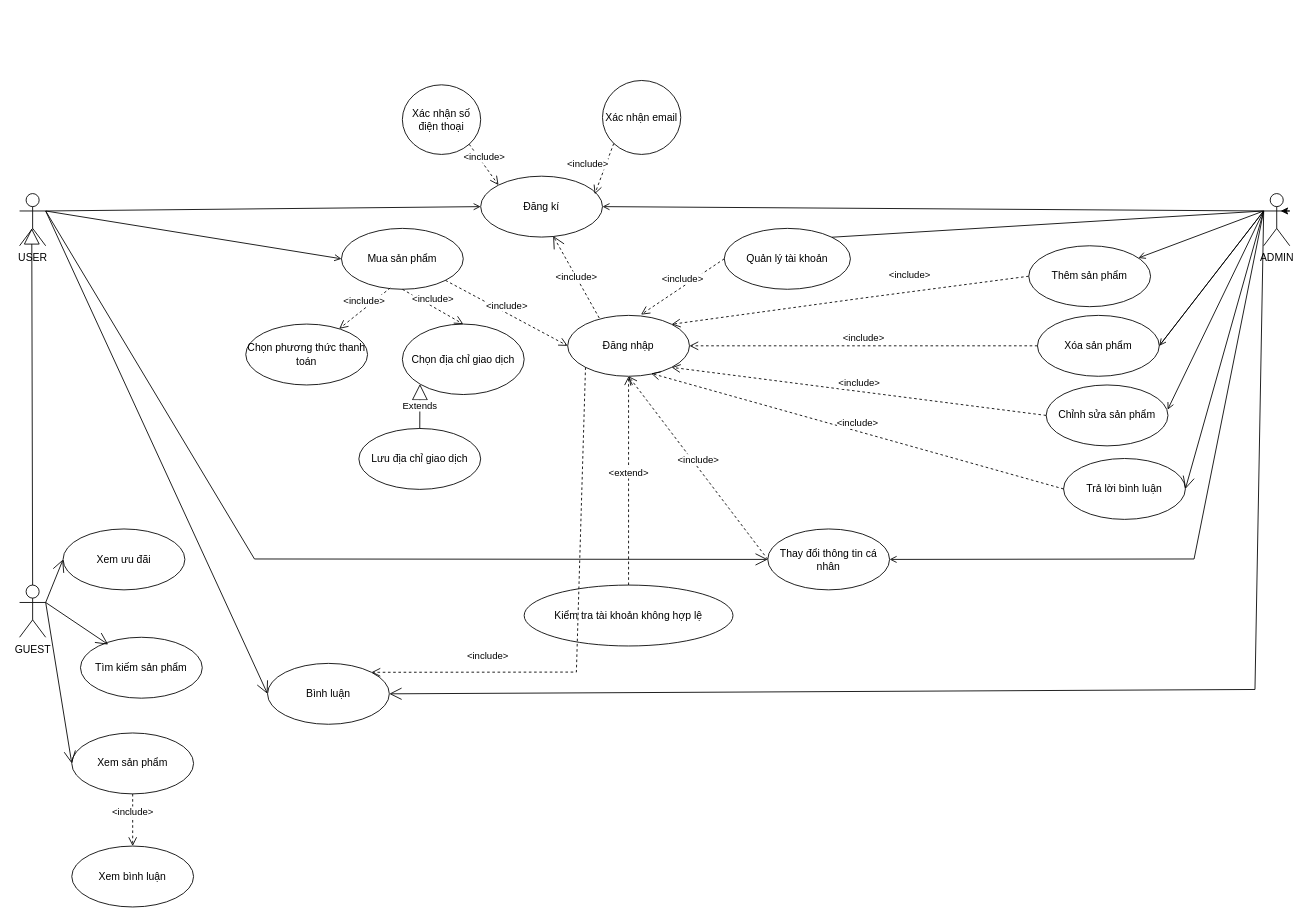
The draw.io diagram USECASE.drawio in LeeTaDa/LeTatDat, before the edit. Source tidied: cells renumbered, new cells numbered last; positions are measured from the earlier drawing's top-left corner, leaving out a move shared by most shapes. Both pictures are drawn from the tidied source at 87%, with x=0, y=0 at pixel (19, 80).
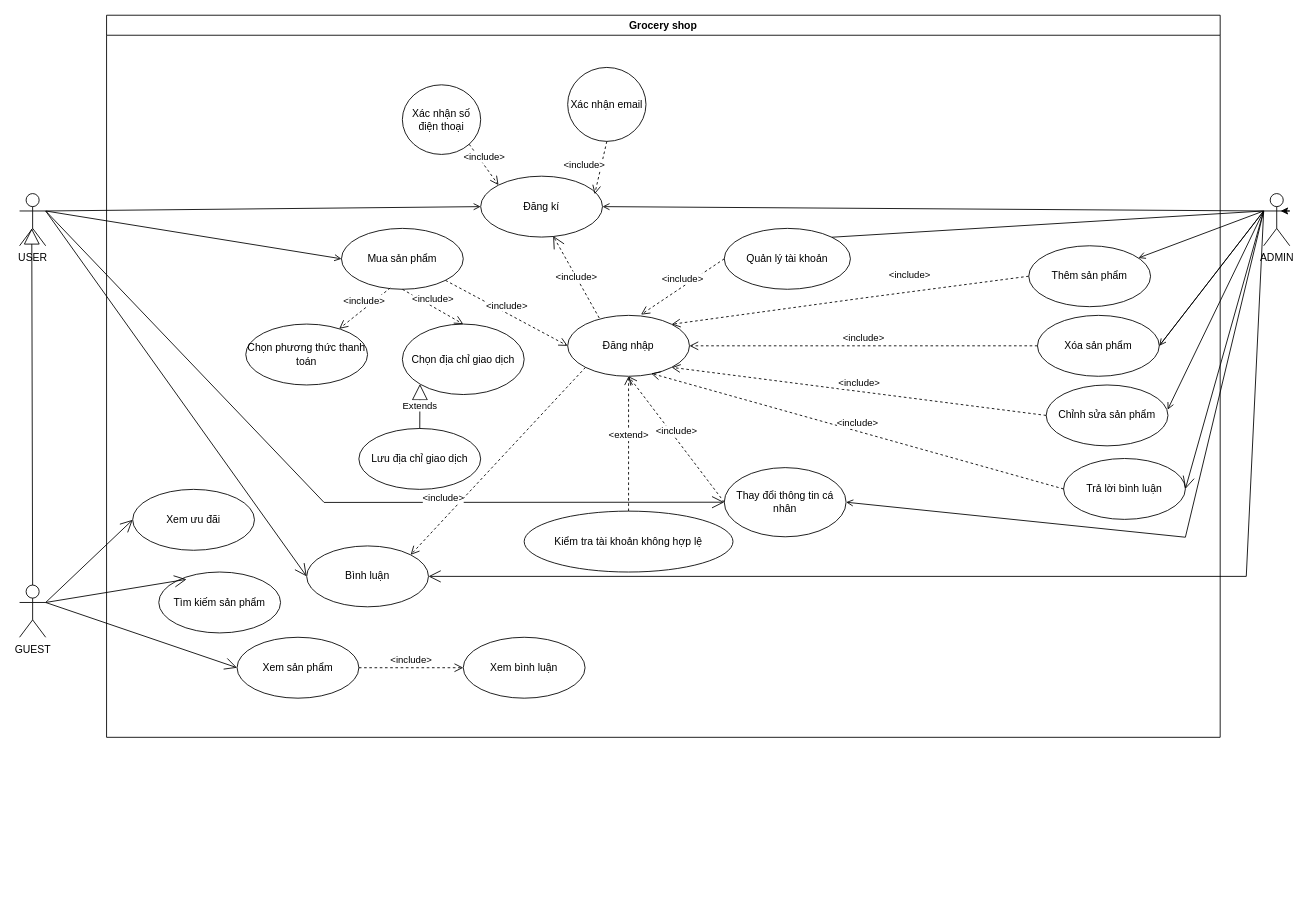
The same page after the edit.

Unchanged cells that the change refers to:
```xml
<mxCell id="2" value="USER&lt;div&gt;&lt;br&gt;&lt;/div&gt;" style="shape=umlActor;verticalLabelPosition=bottom;verticalAlign=top;html=1;" parent="1" vertex="1">
  <mxGeometry y="130" width="30" height="60" as="geometry" />
</mxCell>
<mxCell id="3" value="Đăng kí" style="ellipse;whiteSpace=wrap;html=1;" parent="1" vertex="1">
  <mxGeometry x="530" y="110" width="140" height="70" as="geometry" />
</mxCell>
<mxCell id="6" value="ADMIN&lt;div&gt;&lt;br&gt;&lt;/div&gt;" style="shape=umlActor;verticalLabelPosition=bottom;verticalAlign=top;html=1;" parent="1" vertex="1">
  <mxGeometry x="1430" y="130" width="30" height="60" as="geometry" />
</mxCell>
<mxCell id="20" value="Đăng nhập" style="ellipse;whiteSpace=wrap;html=1;" parent="1" vertex="1">
  <mxGeometry x="630" y="270" width="140" height="70" as="geometry" />
</mxCell>
```

Diff of the diagram source:
```diff
@@
     <mxCell id="4" value="Thay đổi thông tin cá nhân" style="ellipse;whiteSpace=wrap;html=1;" parent="1" vertex="1">
-      <mxGeometry x="860" y="515.5" width="140" height="70" as="geometry" />
+      <mxGeometry x="810" y="445" width="140" height="79.5" as="geometry" />
     </mxCell>
@@
     <mxCell id="10" style="endArrow=none;html=1;rounded=0;exitX=1;exitY=0.5;exitDx=0;exitDy=0;entryX=0;entryY=0.3333333333333333;entryDx=0;entryDy=0;entryPerimeter=0;startArrow=open;startFill=0;" parent="1" edge="1" source="4" target="6">
       <mxGeometry relative="1" as="geometry">
         <Array as="points">
-          <mxPoint x="1350" y="550" />
+          <mxPoint x="1340" y="525" />
         </Array>
       </mxGeometry>
     </mxCell>
@@
     <mxCell id="19" value="Kiểm tra tài khoản không hợp lệ" style="ellipse;whiteSpace=wrap;html=1;" parent="1" vertex="1">
-      <mxGeometry x="580" y="580" width="240" height="70" as="geometry" />
+      <mxGeometry x="580" y="495" width="240" height="70" as="geometry" />
     </mxCell>
@@
     <mxCell id="33" value="Xác nhận email" style="ellipse;whiteSpace=wrap;html=1;" parent="1" vertex="1">
-      <mxGeometry x="670" width="90" height="85" as="geometry" />
+      <mxGeometry x="630" y="-15" width="90" height="85" as="geometry" />
     </mxCell>
@@
-    <mxCell id="35" value="&amp;lt;include&amp;gt;" style="html=1;verticalAlign=bottom;endArrow=open;dashed=1;endSize=8;curved=0;rounded=0;exitX=0;exitY=1;exitDx=0;exitDy=0;entryX=0.936;entryY=0.296;entryDx=0;entryDy=0;entryPerimeter=0;" parent="1" edge="1" source="33" target="3">
+    <mxCell id="35" value="&amp;lt;include&amp;gt;" style="html=1;verticalAlign=bottom;endArrow=open;dashed=1;endSize=8;curved=0;rounded=0;exitX=0.5;exitY=1;exitDx=0;exitDy=0;entryX=0.936;entryY=0.296;entryDx=0;entryDy=0;entryPerimeter=0;" parent="1" edge="1" source="33" target="3">
       <mxGeometry x="0.31" y="-17" relative="1" as="geometry" />
     </mxCell>
@@
     <mxCell id="38" value="Xem sản phẩm" style="ellipse;whiteSpace=wrap;html=1;" parent="1" vertex="1">
-      <mxGeometry x="60" y="750" width="140" height="70" as="geometry" />
+      <mxGeometry x="250" y="640" width="140" height="70" as="geometry" />
     </mxCell>
-    <mxCell id="39" value="Xem bình luận" style="ellipse;whiteSpace=wrap;html=1;" parent="1" vertex="1">
-      <mxGeometry x="60" y="880" width="140" height="70" as="geometry" />
-    </mxCell>
     <mxCell id="40" value="Xem ưu đãi" style="ellipse;whiteSpace=wrap;html=1;" parent="1" vertex="1">
-      <mxGeometry x="50" y="515.5" width="140" height="70" as="geometry" />
+      <mxGeometry x="130" y="470" width="140" height="70" as="geometry" />
     </mxCell>
@@
-    <mxCell id="43" value="&amp;lt;include&amp;gt;" style="html=1;verticalAlign=bottom;endArrow=open;dashed=1;endSize=8;curved=0;rounded=0;exitX=0.5;exitY=1;exitDx=0;exitDy=0;entryX=0.5;entryY=0;entryDx=0;entryDy=0;" parent="1" edge="1" source="38" target="39">
+    <mxCell id="43" value="&amp;lt;include&amp;gt;" style="html=1;verticalAlign=bottom;endArrow=open;dashed=1;endSize=8;curved=0;rounded=0;exitX=1;exitY=0.5;exitDx=0;exitDy=0;entryX=0;entryY=0.5;entryDx=0;entryDy=0;" parent="1" edge="1" source="38" target="39">
       <mxGeometry relative="1" as="geometry" />
     </mxCell>
@@
     <mxCell id="49" value="Bình luận" style="ellipse;whiteSpace=wrap;html=1;" parent="1" vertex="1">
-      <mxGeometry x="285" y="670" width="140" height="70" as="geometry" />
+      <mxGeometry x="330" y="535" width="140" height="70" as="geometry" />
     </mxCell>
     <mxCell id="50" style="endArrow=open;endFill=1;endSize=12;html=1;rounded=0;entryX=0;entryY=0.5;entryDx=0;entryDy=0;exitX=1;exitY=0.3333333333333333;exitDx=0;exitDy=0;exitPerimeter=0;" parent="1" edge="1" source="2" target="4">
       <mxGeometry relative="1" as="geometry">
         <Array as="points">
-          <mxPoint x="270" y="550" />
+          <mxPoint x="350" y="485" />
         </Array>
       </mxGeometry>
     </mxCell>
@@
     <mxCell id="55" style="endArrow=open;endFill=1;endSize=12;html=1;rounded=0;exitX=0;exitY=0.3333333333333333;exitDx=0;exitDy=0;exitPerimeter=0;entryX=1;entryY=0.5;entryDx=0;entryDy=0;" parent="1" edge="1" source="6" target="49">
       <mxGeometry relative="1" as="geometry">
         <Array as="points">
-          <mxPoint x="1420" y="700" />
+          <mxPoint x="1410" y="570" />
         </Array>
       </mxGeometry>
     </mxCell>
     <mxCell id="56" value="&amp;lt;include&amp;gt;" style="html=1;verticalAlign=bottom;endArrow=open;dashed=1;endSize=8;curved=0;rounded=0;entryX=1;entryY=0;entryDx=0;entryDy=0;exitX=0;exitY=1;exitDx=0;exitDy=0;" parent="1" edge="1" source="20" target="49">
       <mxGeometry x="0.54" y="-10" relative="1" as="geometry">
-        <Array as="points">
-          <mxPoint x="640" y="680" />
-        </Array>
         <mxPoint x="-1" as="offset" />
       </mxGeometry>
     </mxCell>
     <mxCell id="57" value="Tìm kiếm sản phẩm" style="ellipse;whiteSpace=wrap;html=1;" parent="1" vertex="1">
-      <mxGeometry x="70" y="640" width="140" height="70" as="geometry" />
+      <mxGeometry x="160" y="565" width="140" height="70" as="geometry" />
     </mxCell>
@@
+    <mxCell id="59" value="&lt;div&gt;Grocery shop&lt;/div&gt;" style="swimlane;whiteSpace=wrap;html=1;" parent="1" vertex="1">
+      <mxGeometry x="100" y="-75" width="1280" height="830" as="geometry" />
+    </mxCell>
+    <mxCell id="39" value="Xem bình luận" style="ellipse;whiteSpace=wrap;html=1;" parent="59" vertex="1">
+      <mxGeometry x="410" y="715" width="140" height="70" as="geometry" />
+    </mxCell>
```
